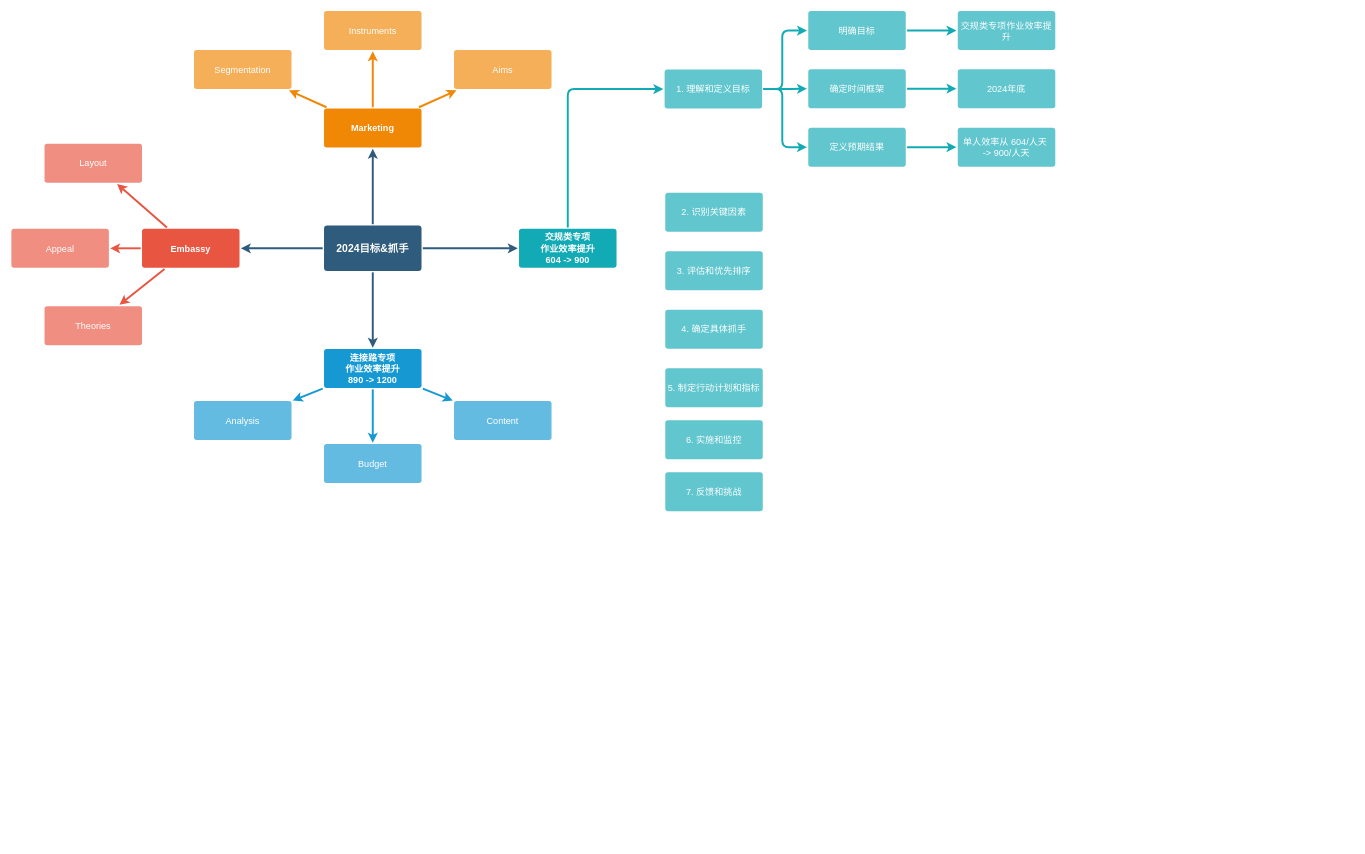
The draw.io diagram 2024工作目标抓手.drawio in chaijinsong/draw.io, before the edit. Source tidied: cells renumbered, new cells numbered last; positions are measured from the earlier drawing's top-left corner, leaving out a move shared by most shapes. Both pictures are drawn from the tidied source at 65%, with x=0, y=0 at pixel (11, 10).
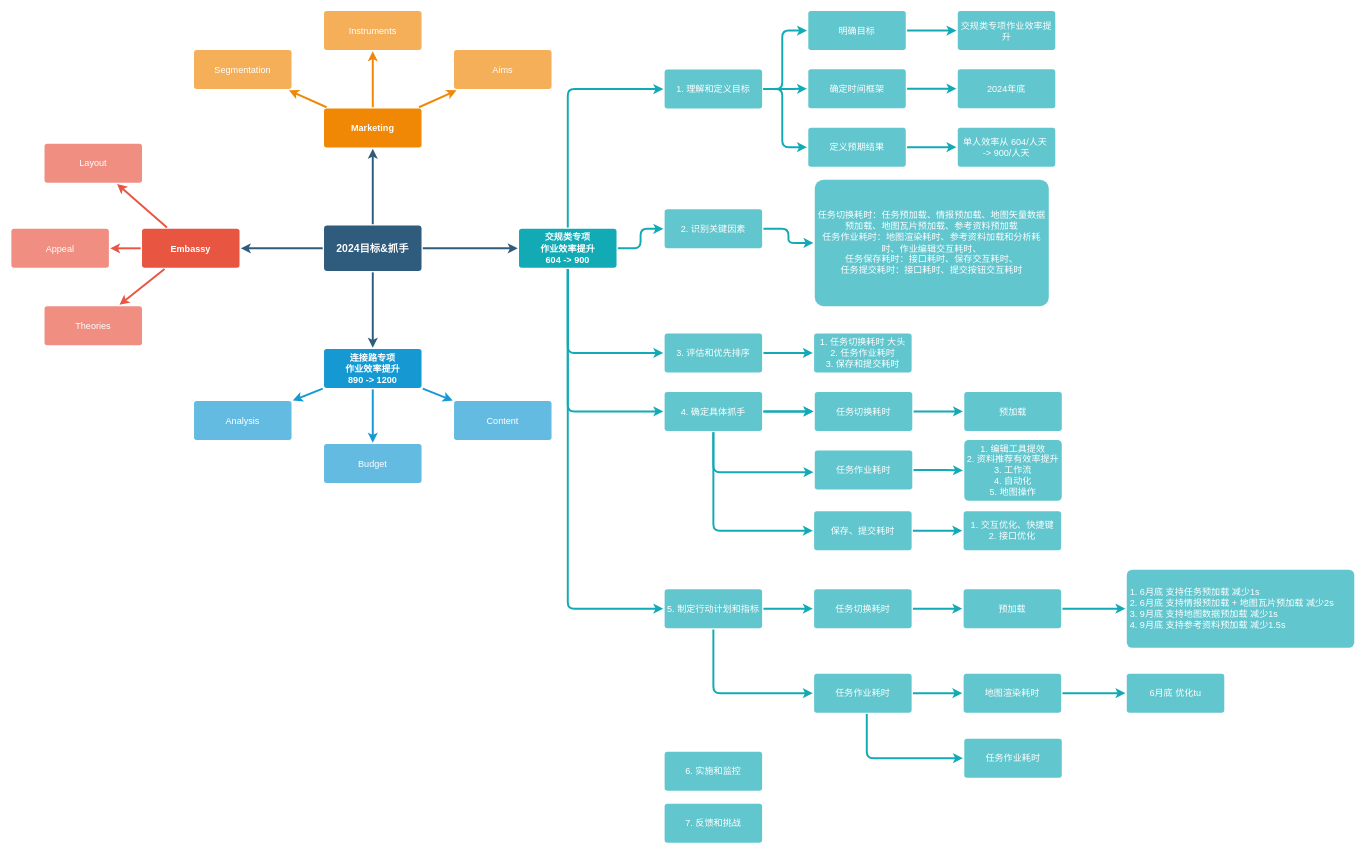
Above is the later version.

Commit message (it also covers changes not shown here):
更新2024工作目标抓手.drawio

Unchanged cells that the change refers to:
```xml
<mxCell id="28" value="交规类专项&lt;div&gt;作业效率提升&lt;/div&gt;&lt;div&gt;604 -&amp;gt; 900&lt;/div&gt;" style="rounded=1;whiteSpace=wrap;html=1;shadow=0;labelBackgroundColor=none;strokeColor=none;strokeWidth=3;fillColor=#12aab5;fontFamily=Helvetica;fontSize=14;fontColor=#FFFFFF;align=center;spacing=5;fontStyle=1;arcSize=7;perimeterSpacing=2;" parent="1" vertex="1">
  <mxGeometry x="781" y="335.5" width="150" height="60" as="geometry" />
</mxCell>
```

Change to the diagram source:
```diff
@@
+    <mxCell id="49" style="edgeStyle=orthogonalEdgeStyle;rounded=1;jumpStyle=none;jettySize=auto;html=1;entryX=0;entryY=0.5;entryDx=0;entryDy=0;shadow=0;strokeColor=#12AAB5;strokeWidth=3;align=center;verticalAlign=middle;spacing=5;fontFamily=Helvetica;fontSize=14;fontColor=#FFFFFF;fontStyle=1;labelBackgroundColor=none;startArrow=none;startFill=0;endArrow=classic;fillColor=#b0e3e6;" parent="1" edge="1" source="28" target="40">
+      <mxGeometry relative="1" as="geometry" />
+    </mxCell>
+    <mxCell id="50" style="edgeStyle=orthogonalEdgeStyle;rounded=1;jumpStyle=none;jettySize=auto;html=1;entryX=0;entryY=0.5;entryDx=0;entryDy=0;shadow=0;strokeColor=#12AAB5;strokeWidth=3;align=center;verticalAlign=middle;spacing=5;fontFamily=Helvetica;fontSize=14;fontColor=#FFFFFF;fontStyle=1;labelBackgroundColor=none;startArrow=none;startFill=0;endArrow=classic;fillColor=#b0e3e6;" parent="1" edge="1" source="28" target="41">
+      <mxGeometry relative="1" as="geometry">
+        <Array as="points">
+          <mxPoint x="856" y="527" />
+        </Array>
+      </mxGeometry>
+    </mxCell>
+    <mxCell id="51" style="edgeStyle=orthogonalEdgeStyle;rounded=1;jumpStyle=none;jettySize=auto;html=1;entryX=0;entryY=0.5;entryDx=0;entryDy=0;shadow=0;strokeColor=#12AAB5;strokeWidth=3;align=center;verticalAlign=middle;spacing=5;fontFamily=Helvetica;fontSize=14;fontColor=#FFFFFF;fontStyle=1;labelBackgroundColor=none;startArrow=none;startFill=0;endArrow=classic;fillColor=#b0e3e6;" parent="1" edge="1" source="28" target="42">
+      <mxGeometry relative="1" as="geometry">
+        <Array as="points">
+          <mxPoint x="856" y="617" />
+        </Array>
+      </mxGeometry>
+    </mxCell>
+    <mxCell id="52" style="edgeStyle=orthogonalEdgeStyle;rounded=1;jumpStyle=none;jettySize=auto;html=1;entryX=0;entryY=0.5;entryDx=0;entryDy=0;shadow=0;strokeColor=#12AAB5;strokeWidth=3;align=center;verticalAlign=middle;spacing=5;fontFamily=Helvetica;fontSize=14;fontColor=#FFFFFF;fontStyle=1;labelBackgroundColor=none;startArrow=none;startFill=0;endArrow=classic;fillColor=#b0e3e6;" parent="1" edge="1" source="28" target="43">
+      <mxGeometry relative="1" as="geometry">
+        <Array as="points">
+          <mxPoint x="856" y="920" />
+        </Array>
+      </mxGeometry>
+    </mxCell>
@@
+    <mxCell id="53" style="edgeStyle=orthogonalEdgeStyle;rounded=1;jumpStyle=none;jettySize=auto;html=1;shadow=0;strokeColor=#12AAB5;strokeWidth=3;align=center;verticalAlign=middle;spacing=5;fontFamily=Helvetica;fontSize=14;fontColor=#FFFFFF;fontStyle=1;labelBackgroundColor=none;startArrow=none;startFill=0;endArrow=classic;fillColor=#b0e3e6;" parent="1" edge="1" source="40" target="61">
+      <mxGeometry relative="1" as="geometry" />
+    </mxCell>
     <mxCell id="40" value="2. 识别关键因素" style="rounded=1;whiteSpace=wrap;html=1;shadow=0;labelBackgroundColor=none;strokeColor=none;strokeWidth=3;fillColor=#61c6ce;fontFamily=Helvetica;fontSize=14;fontColor=#FFFFFF;align=center;spacing=5;fontStyle=0;arcSize=7;perimeterSpacing=2;glass=0;" parent="1" vertex="1">
-      <mxGeometry x="1006" y="280" width="150" height="60" as="geometry" />
+      <mxGeometry x="1005" y="305.5" width="150" height="60" as="geometry" />
     </mxCell>
+    <mxCell id="54" style="edgeStyle=orthogonalEdgeStyle;rounded=1;jumpStyle=none;jettySize=auto;html=1;shadow=0;strokeColor=#12AAB5;strokeWidth=3;align=center;verticalAlign=middle;spacing=5;fontFamily=Helvetica;fontSize=14;fontColor=#FFFFFF;fontStyle=1;labelBackgroundColor=none;startArrow=none;startFill=0;endArrow=classic;fillColor=#b0e3e6;" parent="1" edge="1" source="41" target="62">
+      <mxGeometry relative="1" as="geometry" />
+    </mxCell>
     <mxCell id="41" value="3. 评估和优先排序" style="rounded=1;whiteSpace=wrap;html=1;shadow=0;labelBackgroundColor=none;strokeColor=none;strokeWidth=3;fillColor=#61c6ce;fontFamily=Helvetica;fontSize=14;fontColor=#FFFFFF;align=center;spacing=5;fontStyle=0;arcSize=7;perimeterSpacing=2;glass=0;" parent="1" vertex="1">
-      <mxGeometry x="1006" y="370" width="150" height="60" as="geometry" />
+      <mxGeometry x="1005" y="496.5" width="150" height="60" as="geometry" />
     </mxCell>
+    <mxCell id="55" style="edgeStyle=orthogonalEdgeStyle;rounded=1;jumpStyle=none;jettySize=auto;html=1;shadow=0;strokeColor=#12AAB5;strokeWidth=3;align=center;verticalAlign=middle;spacing=5;fontFamily=Helvetica;fontSize=14;fontColor=#FFFFFF;fontStyle=1;labelBackgroundColor=none;startArrow=none;startFill=0;endArrow=classic;fillColor=#b0e3e6;" parent="1" edge="1" source="42" target="64">
+      <mxGeometry relative="1" as="geometry" />
+    </mxCell>
+    <mxCell id="56" style="edgeStyle=orthogonalEdgeStyle;rounded=1;jumpStyle=none;jettySize=auto;html=1;shadow=0;strokeColor=#12AAB5;strokeWidth=3;align=center;verticalAlign=middle;spacing=5;fontFamily=Helvetica;fontSize=14;fontColor=#FFFFFF;fontStyle=1;labelBackgroundColor=none;startArrow=none;startFill=0;endArrow=classic;fillColor=#b0e3e6;" parent="1" edge="1" source="42" target="64">
+      <mxGeometry relative="1" as="geometry" />
+    </mxCell>
+    <mxCell id="57" style="edgeStyle=orthogonalEdgeStyle;rounded=1;jumpStyle=none;jettySize=auto;html=1;shadow=0;strokeColor=#12AAB5;strokeWidth=3;align=center;verticalAlign=middle;spacing=5;fontFamily=Helvetica;fontSize=14;fontColor=#FFFFFF;fontStyle=1;labelBackgroundColor=none;startArrow=none;startFill=0;endArrow=classic;fillColor=#b0e3e6;" parent="1" edge="1" source="42" target="66">
+      <mxGeometry relative="1" as="geometry">
+        <Array as="points">
+          <mxPoint x="1080" y="710" />
+        </Array>
+      </mxGeometry>
+    </mxCell>
+    <mxCell id="58" style="edgeStyle=orthogonalEdgeStyle;rounded=1;jumpStyle=none;jettySize=auto;html=1;shadow=0;strokeColor=#12AAB5;strokeWidth=3;align=center;verticalAlign=middle;spacing=5;fontFamily=Helvetica;fontSize=14;fontColor=#FFFFFF;fontStyle=1;labelBackgroundColor=none;startArrow=none;startFill=0;endArrow=classic;fillColor=#b0e3e6;" parent="1" edge="1" source="42" target="68">
+      <mxGeometry relative="1" as="geometry">
+        <Array as="points">
+          <mxPoint x="1080" y="800" />
+        </Array>
+      </mxGeometry>
+    </mxCell>
     <mxCell id="42" value="4. 确定具体抓手" style="rounded=1;whiteSpace=wrap;html=1;shadow=0;labelBackgroundColor=none;strokeColor=none;strokeWidth=3;fillColor=#61c6ce;fontFamily=Helvetica;fontSize=14;fontColor=#FFFFFF;align=center;spacing=5;fontStyle=0;arcSize=7;perimeterSpacing=2;glass=0;" parent="1" vertex="1">
-      <mxGeometry x="1006" y="460" width="150" height="60" as="geometry" />
+      <mxGeometry x="1005" y="586.5" width="150" height="60" as="geometry" />
     </mxCell>
+    <mxCell id="59" style="edgeStyle=orthogonalEdgeStyle;rounded=1;jumpStyle=none;jettySize=auto;html=1;shadow=0;strokeColor=#12AAB5;strokeWidth=3;align=center;verticalAlign=middle;spacing=5;fontFamily=Helvetica;fontSize=14;fontColor=#FFFFFF;fontStyle=1;labelBackgroundColor=none;startArrow=none;startFill=0;endArrow=classic;fillColor=#b0e3e6;" parent="1" edge="1" source="43" target="73">
+      <mxGeometry relative="1" as="geometry" />
+    </mxCell>
+    <mxCell id="60" style="edgeStyle=orthogonalEdgeStyle;rounded=1;jumpStyle=none;jettySize=auto;html=1;shadow=0;strokeColor=#12AAB5;strokeWidth=3;align=center;verticalAlign=middle;spacing=5;fontFamily=Helvetica;fontSize=14;fontColor=#FFFFFF;fontStyle=1;labelBackgroundColor=none;startArrow=none;startFill=0;endArrow=classic;fillColor=#b0e3e6;" parent="1" edge="1" source="43" target="79">
+      <mxGeometry relative="1" as="geometry">
+        <Array as="points">
+          <mxPoint x="1080" y="1050" />
+        </Array>
+      </mxGeometry>
+    </mxCell>
     <mxCell id="43" value="5. 制定行动计划和指标" style="rounded=1;whiteSpace=wrap;html=1;shadow=0;labelBackgroundColor=none;strokeColor=none;strokeWidth=3;fillColor=#61c6ce;fontFamily=Helvetica;fontSize=14;fontColor=#FFFFFF;align=center;spacing=5;fontStyle=0;arcSize=7;perimeterSpacing=2;glass=0;" parent="1" vertex="1">
-      <mxGeometry x="1006" y="550" width="150" height="60" as="geometry" />
+      <mxGeometry x="1005" y="890" width="150" height="60" as="geometry" />
     </mxCell>
     <mxCell id="44" value="6. 实施和监控" style="rounded=1;whiteSpace=wrap;html=1;shadow=0;labelBackgroundColor=none;strokeColor=none;strokeWidth=3;fillColor=#61c6ce;fontFamily=Helvetica;fontSize=14;fontColor=#FFFFFF;align=center;spacing=5;fontStyle=0;arcSize=7;perimeterSpacing=2;glass=0;" parent="1" vertex="1">
-      <mxGeometry x="1006" y="630" width="150" height="60" as="geometry" />
+      <mxGeometry x="1005" y="1140" width="150" height="60" as="geometry" />
     </mxCell>
     <mxCell id="45" value="7. 反馈和挑战" style="rounded=1;whiteSpace=wrap;html=1;shadow=0;labelBackgroundColor=none;strokeColor=none;strokeWidth=3;fillColor=#61c6ce;fontFamily=Helvetica;fontSize=14;fontColor=#FFFFFF;align=center;spacing=5;fontStyle=0;arcSize=7;perimeterSpacing=2;glass=0;" parent="1" vertex="1">
-      <mxGeometry x="1006" y="710" width="150" height="60" as="geometry" />
+      <mxGeometry x="1005" y="1220" width="150" height="60" as="geometry" />
     </mxCell>
@@
+    <mxCell id="61" value="任务切换耗时：任务预加载、情报预加载、地图矢量数据预加载、地图瓦片预加载、参考资料预加载&lt;div&gt;任务作业耗时：地图渲染耗时、参考资料加载和分析耗时、作业编辑交互耗时、&lt;/div&gt;&lt;div&gt;任务保存耗时：接口耗时、保存交互耗时、&lt;/div&gt;&lt;div&gt;任务提交耗时：接口耗时、提交按钮交互耗时&lt;/div&gt;" style="rounded=1;whiteSpace=wrap;html=1;shadow=0;labelBackgroundColor=none;strokeColor=none;strokeWidth=3;fillColor=#61c6ce;fontFamily=Helvetica;fontSize=14;fontColor=#FFFFFF;align=center;spacing=5;fontStyle=0;arcSize=7;perimeterSpacing=2;glass=0;" parent="1" vertex="1">
+      <mxGeometry x="1236" y="260" width="360" height="194.5" as="geometry" />
+    </mxCell>
+    <mxCell id="62" value="1. 任务切换耗时 大头&lt;div&gt;2. 任务作业耗时&lt;/div&gt;&lt;div&gt;3. 保存和提交耗时&lt;/div&gt;" style="rounded=1;whiteSpace=wrap;html=1;shadow=0;labelBackgroundColor=none;strokeColor=none;strokeWidth=3;fillColor=#61c6ce;fontFamily=Helvetica;fontSize=14;fontColor=#FFFFFF;align=center;spacing=5;fontStyle=0;arcSize=7;perimeterSpacing=2;glass=0;" parent="1" vertex="1">
+      <mxGeometry x="1235" y="496.5" width="150" height="60" as="geometry" />
+    </mxCell>
+    <mxCell id="63" style="edgeStyle=orthogonalEdgeStyle;rounded=1;jumpStyle=none;jettySize=auto;html=1;shadow=0;strokeColor=#12AAB5;strokeWidth=3;align=center;verticalAlign=middle;spacing=5;fontFamily=Helvetica;fontSize=14;fontColor=#FFFFFF;fontStyle=1;labelBackgroundColor=none;startArrow=none;startFill=0;endArrow=classic;fillColor=#b0e3e6;" parent="1" edge="1" source="64" target="69">
+      <mxGeometry relative="1" as="geometry" />
+    </mxCell>
+    <mxCell id="64" value="任务切换耗时" style="rounded=1;whiteSpace=wrap;html=1;shadow=0;labelBackgroundColor=none;strokeColor=none;strokeWidth=3;fillColor=#61c6ce;fontFamily=Helvetica;fontSize=14;fontColor=#FFFFFF;align=center;spacing=5;fontStyle=0;arcSize=7;perimeterSpacing=2;glass=0;" parent="1" vertex="1">
+      <mxGeometry x="1236" y="586.5" width="150" height="60" as="geometry" />
+    </mxCell>
+    <mxCell id="65" style="edgeStyle=orthogonalEdgeStyle;rounded=1;jumpStyle=none;jettySize=auto;html=1;shadow=0;strokeColor=#12AAB5;strokeWidth=3;align=center;verticalAlign=middle;spacing=5;fontFamily=Helvetica;fontSize=14;fontColor=#FFFFFF;fontStyle=1;labelBackgroundColor=none;startArrow=none;startFill=0;endArrow=classic;fillColor=#b0e3e6;" parent="1" edge="1" source="66" target="70">
+      <mxGeometry relative="1" as="geometry" />
+    </mxCell>
+    <mxCell id="66" value="任务作业耗时" style="rounded=1;whiteSpace=wrap;html=1;shadow=0;labelBackgroundColor=none;strokeColor=none;strokeWidth=3;fillColor=#61c6ce;fontFamily=Helvetica;fontSize=14;fontColor=#FFFFFF;align=center;spacing=5;fontStyle=0;arcSize=7;perimeterSpacing=2;glass=0;" parent="1" vertex="1">
+      <mxGeometry x="1236" y="676.5" width="150" height="60" as="geometry" />
+    </mxCell>
+    <mxCell id="67" style="edgeStyle=orthogonalEdgeStyle;rounded=1;jumpStyle=none;jettySize=auto;html=1;shadow=0;strokeColor=#12AAB5;strokeWidth=3;align=center;verticalAlign=middle;spacing=5;fontFamily=Helvetica;fontSize=14;fontColor=#FFFFFF;fontStyle=1;labelBackgroundColor=none;startArrow=none;startFill=0;endArrow=classic;fillColor=#b0e3e6;" parent="1" edge="1" source="68" target="71">
+      <mxGeometry relative="1" as="geometry" />
+    </mxCell>
+    <mxCell id="68" value="保存、提交耗时" style="rounded=1;whiteSpace=wrap;html=1;shadow=0;labelBackgroundColor=none;strokeColor=none;strokeWidth=3;fillColor=#61c6ce;fontFamily=Helvetica;fontSize=14;fontColor=#FFFFFF;align=center;spacing=5;fontStyle=0;arcSize=7;perimeterSpacing=2;glass=0;" parent="1" vertex="1">
+      <mxGeometry x="1235" y="770" width="150" height="60" as="geometry" />
+    </mxCell>
+    <mxCell id="69" value="预加载" style="rounded=1;whiteSpace=wrap;html=1;shadow=0;labelBackgroundColor=none;strokeColor=none;strokeWidth=3;fillColor=#61c6ce;fontFamily=Helvetica;fontSize=14;fontColor=#FFFFFF;align=center;spacing=5;fontStyle=0;arcSize=7;perimeterSpacing=2;glass=0;" parent="1" vertex="1">
+      <mxGeometry x="1466" y="586.5" width="150" height="60" as="geometry" />
+    </mxCell>
+    <mxCell id="70" value="1. 编辑工具提效&lt;div&gt;2. 资料推荐有效率提升&lt;/div&gt;&lt;div&gt;3. 工作流&lt;/div&gt;&lt;div&gt;4. 自动化&lt;/div&gt;&lt;div&gt;5. 地图操作&lt;/div&gt;" style="rounded=1;whiteSpace=wrap;html=1;shadow=0;labelBackgroundColor=none;strokeColor=none;strokeWidth=3;fillColor=#61c6ce;fontFamily=Helvetica;fontSize=14;fontColor=#FFFFFF;align=center;spacing=5;fontStyle=0;arcSize=7;perimeterSpacing=2;glass=0;" parent="1" vertex="1">
+      <mxGeometry x="1466" y="660.5" width="150" height="93.5" as="geometry" />
+    </mxCell>
+    <mxCell id="71" value="1. 交互优化、快捷键&lt;div&gt;2. 接口优化&lt;/div&gt;" style="rounded=1;whiteSpace=wrap;html=1;shadow=0;labelBackgroundColor=none;strokeColor=none;strokeWidth=3;fillColor=#61c6ce;fontFamily=Helvetica;fontSize=14;fontColor=#FFFFFF;align=center;spacing=5;fontStyle=0;arcSize=7;perimeterSpacing=2;glass=0;" parent="1" vertex="1">
+      <mxGeometry x="1465" y="770" width="150" height="60" as="geometry" />
+    </mxCell>
+    <mxCell id="72" style="edgeStyle=orthogonalEdgeStyle;rounded=1;jumpStyle=none;jettySize=auto;html=1;shadow=0;strokeColor=#12AAB5;strokeWidth=3;align=center;verticalAlign=middle;spacing=5;fontFamily=Helvetica;fontSize=14;fontColor=#FFFFFF;fontStyle=1;labelBackgroundColor=none;startArrow=none;startFill=0;endArrow=classic;fillColor=#b0e3e6;" parent="1" edge="1" source="73" target="75">
+      <mxGeometry relative="1" as="geometry" />
+    </mxCell>
+    <mxCell id="73" value="任务切换耗时" style="rounded=1;whiteSpace=wrap;html=1;shadow=0;labelBackgroundColor=none;strokeColor=none;strokeWidth=3;fillColor=#61c6ce;fontFamily=Helvetica;fontSize=14;fontColor=#FFFFFF;align=center;spacing=5;fontStyle=0;arcSize=7;perimeterSpacing=2;glass=0;" parent="1" vertex="1">
+      <mxGeometry x="1235" y="890" width="150" height="60" as="geometry" />
+    </mxCell>
+    <mxCell id="74" style="edgeStyle=orthogonalEdgeStyle;rounded=1;jumpStyle=none;jettySize=auto;html=1;shadow=0;strokeColor=#12AAB5;strokeWidth=3;align=center;verticalAlign=middle;spacing=5;fontFamily=Helvetica;fontSize=14;fontColor=#FFFFFF;fontStyle=1;labelBackgroundColor=none;startArrow=none;startFill=0;endArrow=classic;fillColor=#b0e3e6;" parent="1" edge="1" source="75" target="76">
+      <mxGeometry relative="1" as="geometry" />
+    </mxCell>
+    <mxCell id="75" value="预加载" style="rounded=1;whiteSpace=wrap;html=1;shadow=0;labelBackgroundColor=none;strokeColor=none;strokeWidth=3;fillColor=#61c6ce;fontFamily=Helvetica;fontSize=14;fontColor=#FFFFFF;align=center;spacing=5;fontStyle=0;arcSize=7;perimeterSpacing=2;glass=0;" parent="1" vertex="1">
+      <mxGeometry x="1465" y="890" width="150" height="60" as="geometry" />
+    </mxCell>
+    <mxCell id="76" value="1. 6月底 支持任务预加载 减少1s&amp;nbsp;&lt;div&gt;2. 6月底 支持情报预加载 + 地图瓦片预加载 减少2s&lt;/div&gt;&lt;div&gt;3. 9月底 支持地图数据预加载 减少1s&lt;/div&gt;&lt;div&gt;4. 9月底 支持参考资料预加载 减少1.5s&lt;/div&gt;" style="rounded=1;whiteSpace=wrap;html=1;shadow=0;labelBackgroundColor=none;strokeColor=none;strokeWidth=3;fillColor=#61c6ce;fontFamily=Helvetica;fontSize=14;fontColor=#FFFFFF;align=left;spacing=5;fontStyle=0;arcSize=7;perimeterSpacing=2;glass=0;" parent="1" vertex="1">
+      <mxGeometry x="1716" y="860" width="350" height="120" as="geometry" />
+    </mxCell>
+    <mxCell id="77" style="edgeStyle=orthogonalEdgeStyle;rounded=1;jumpStyle=none;jettySize=auto;html=1;shadow=0;strokeColor=#12AAB5;strokeWidth=3;align=center;verticalAlign=middle;spacing=5;fontFamily=Helvetica;fontSize=14;fontColor=#FFFFFF;fontStyle=1;labelBackgroundColor=none;startArrow=none;startFill=0;endArrow=classic;fillColor=#b0e3e6;" parent="1" edge="1" source="79" target="81">
+      <mxGeometry relative="1" as="geometry" />
+    </mxCell>
+    <mxCell id="78" style="edgeStyle=orthogonalEdgeStyle;rounded=1;jumpStyle=none;jettySize=auto;html=1;shadow=0;strokeColor=#12AAB5;strokeWidth=3;align=center;verticalAlign=middle;spacing=5;fontFamily=Helvetica;fontSize=14;fontColor=#FFFFFF;fontStyle=1;labelBackgroundColor=none;startArrow=none;startFill=0;endArrow=classic;fillColor=#b0e3e6;" parent="1" edge="1" source="79" target="82">
+      <mxGeometry relative="1" as="geometry">
+        <Array as="points">
+          <mxPoint x="1316" y="1150" />
+        </Array>
+      </mxGeometry>
+    </mxCell>
+    <mxCell id="79" value="任务作业耗时" style="rounded=1;whiteSpace=wrap;html=1;shadow=0;labelBackgroundColor=none;strokeColor=none;strokeWidth=3;fillColor=#61c6ce;fontFamily=Helvetica;fontSize=14;fontColor=#FFFFFF;align=center;spacing=5;fontStyle=0;arcSize=7;perimeterSpacing=2;glass=0;" parent="1" vertex="1">
+      <mxGeometry x="1235" y="1020" width="150" height="60" as="geometry" />
+    </mxCell>
+    <mxCell id="80" style="edgeStyle=orthogonalEdgeStyle;rounded=1;jumpStyle=none;jettySize=auto;html=1;shadow=0;strokeColor=#12AAB5;strokeWidth=3;align=center;verticalAlign=middle;spacing=5;fontFamily=Helvetica;fontSize=14;fontColor=#FFFFFF;fontStyle=1;labelBackgroundColor=none;startArrow=none;startFill=0;endArrow=classic;fillColor=#b0e3e6;" parent="1" edge="1" source="81" target="83">
+      <mxGeometry relative="1" as="geometry" />
+    </mxCell>
+    <mxCell id="81" value="地图渲染耗时" style="rounded=1;whiteSpace=wrap;html=1;shadow=0;labelBackgroundColor=none;strokeColor=none;strokeWidth=3;fillColor=#61c6ce;fontFamily=Helvetica;fontSize=14;fontColor=#FFFFFF;align=center;spacing=5;fontStyle=0;arcSize=7;perimeterSpacing=2;glass=0;" parent="1" vertex="1">
+      <mxGeometry x="1465" y="1020" width="150" height="60" as="geometry" />
+    </mxCell>
+    <mxCell id="82" value="任务作业耗时" style="rounded=1;whiteSpace=wrap;html=1;shadow=0;labelBackgroundColor=none;strokeColor=none;strokeWidth=3;fillColor=#61c6ce;fontFamily=Helvetica;fontSize=14;fontColor=#FFFFFF;align=center;spacing=5;fontStyle=0;arcSize=7;perimeterSpacing=2;glass=0;" parent="1" vertex="1">
+      <mxGeometry x="1466" y="1120" width="150" height="60" as="geometry" />
+    </mxCell>
+    <mxCell id="83" value="6月底 优化tu" style="rounded=1;whiteSpace=wrap;html=1;shadow=0;labelBackgroundColor=none;strokeColor=none;strokeWidth=3;fillColor=#61c6ce;fontFamily=Helvetica;fontSize=14;fontColor=#FFFFFF;align=center;spacing=5;fontStyle=0;arcSize=7;perimeterSpacing=2;glass=0;" parent="1" vertex="1">
+      <mxGeometry x="1716" y="1020" width="150" height="60" as="geometry" />
+    </mxCell>
```
